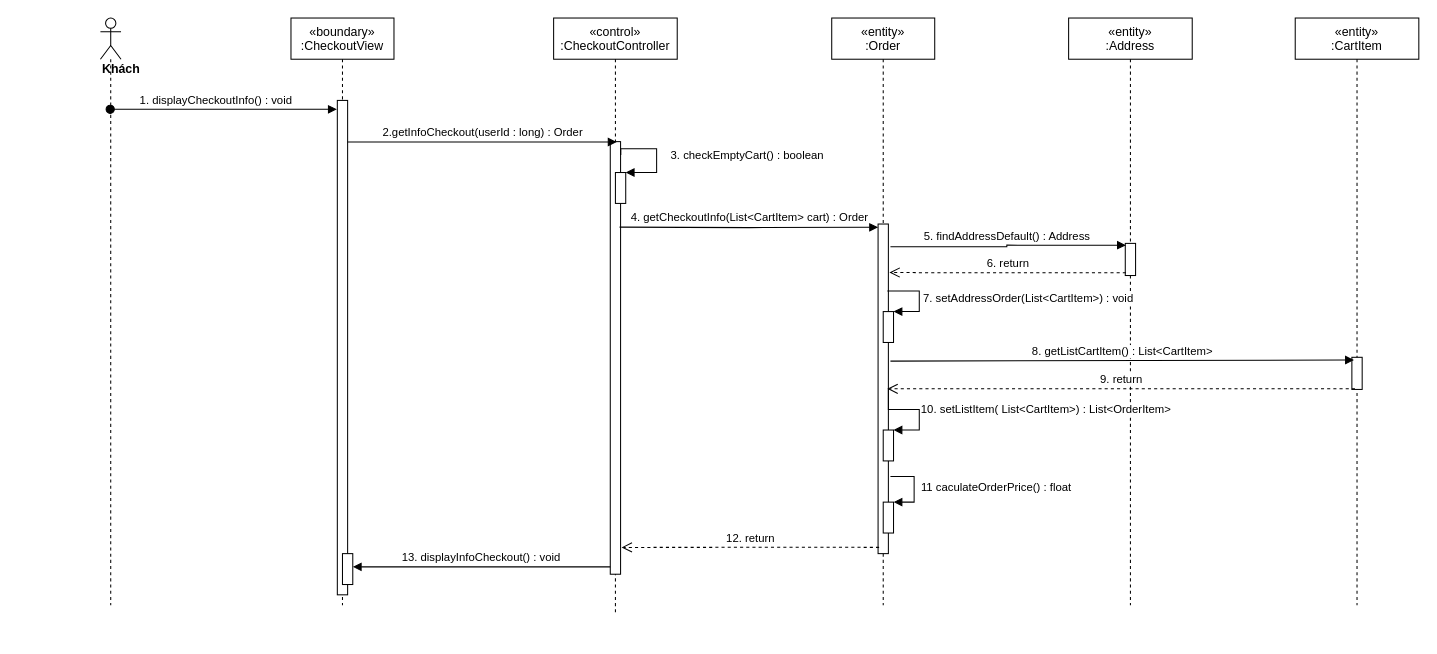
nguyenphamvan/datn_20202 keeps this draw.io diagram as sequence diagram/view-checkout-info-sequence.drawio. Above is the earlier version. Source tidied: cells renumbered, new cells numbered last; positions are measured from the earlier drawing's top-left corner, leaving out a move shared by most shapes. Both pictures are drawn from the tidied source at 103%, with x=0, y=0 at pixel (100, 18).
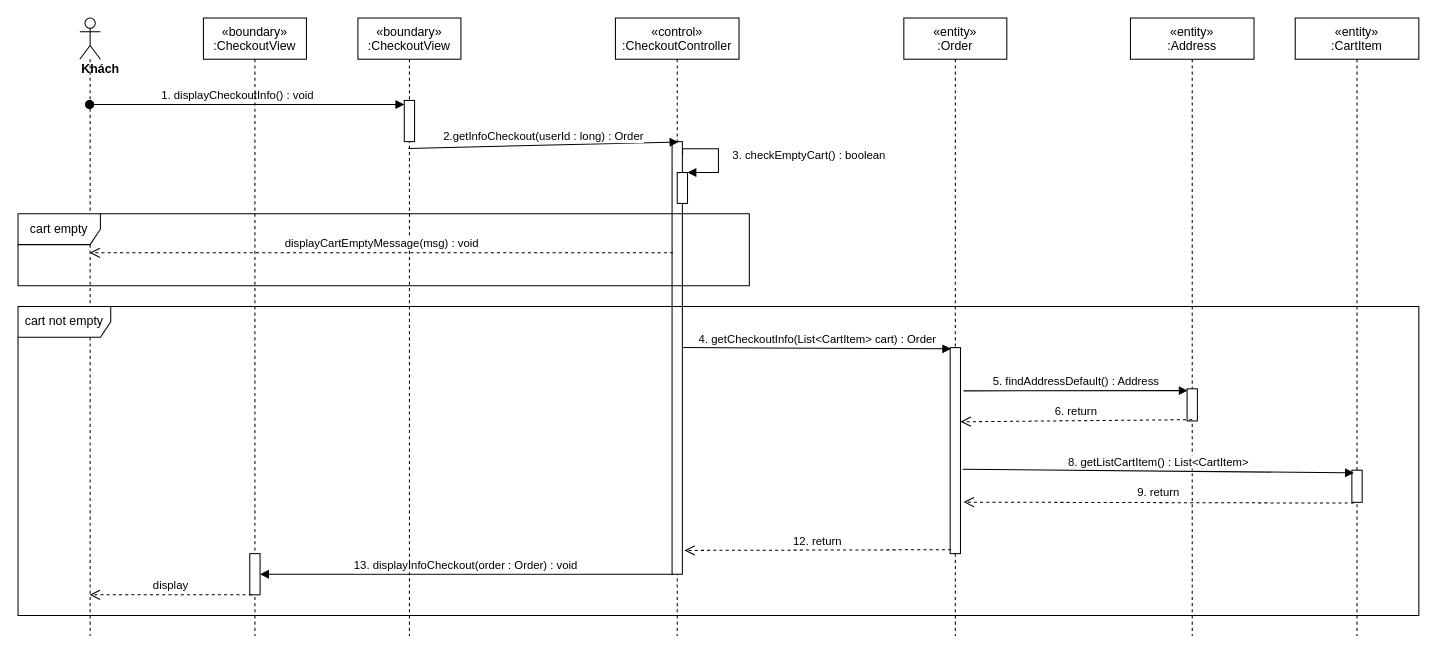
After the change.

Unchanged cells that the change refers to:
```xml
<mxCell id="6" style="points=[];perimeter=orthogonalPerimeter;rounded=0;shadow=0;strokeWidth=1;" parent="5" vertex="1">
  <mxGeometry x="55" y="120" width="10" height="420" as="geometry" />
</mxCell>
```

Diff of the diagram source:
```diff
@@
-    <mxCell id="2" value="«boundary»&#10;:CheckoutView" style="shape=umlLifeline;perimeter=lifelinePerimeter;rounded=0;shadow=0;strokeWidth=1;" parent="1" vertex="1">
-      <mxGeometry x="185" width="100" height="570" as="geometry" />
-    </mxCell>
-    <mxCell id="3" style="points=[];perimeter=orthogonalPerimeter;rounded=0;shadow=0;strokeWidth=1;" parent="2" vertex="1">
-      <mxGeometry x="45" y="80" width="10" height="480" as="geometry" />
-    </mxCell>
-    <mxCell id="4" style="html=1;points=[];perimeter=orthogonalPerimeter;" parent="2" vertex="1">
-      <mxGeometry x="50" y="520" width="10" height="30" as="geometry" />
-    </mxCell>
     <mxCell id="5" value="«control»&#10;:CheckoutController" style="shape=umlLifeline;perimeter=lifelinePerimeter;rounded=0;shadow=0;strokeWidth=1;" parent="1" vertex="1">
-      <mxGeometry x="440" width="120" height="580" as="geometry" />
+      <mxGeometry x="500" width="120" height="600" as="geometry" />
     </mxCell>
@@
     <mxCell id="9" value="&lt;div&gt;&lt;b&gt;Khách&lt;/b&gt;&lt;/div&gt;" style="shape=umlLifeline;participant=umlActor;perimeter=lifelinePerimeter;whiteSpace=wrap;html=1;verticalAlign=top;spacingTop=36;outlineConnect=0;align=left;" parent="1" vertex="1">
-      <mxGeometry width="20" height="570" as="geometry" />
+      <mxGeometry x="-20" width="20" height="600" as="geometry" />
     </mxCell>
-    <mxCell id="10" value="1. displayCheckoutInfo() : void" style="verticalAlign=bottom;startArrow=oval;endArrow=block;startSize=8;shadow=0;strokeWidth=1;entryX=-0.05;entryY=0.018;entryDx=0;entryDy=0;entryPerimeter=0;" parent="1" edge="1" source="9" target="3">
+    <mxCell id="10" value="1. displayCheckoutInfo() : void" style="verticalAlign=bottom;startArrow=oval;endArrow=block;startSize=8;shadow=0;strokeWidth=1;entryX=0;entryY=0.1;entryDx=0;entryDy=0;entryPerimeter=0;" parent="1" edge="1" source="9" target="32">
       <mxGeometry x="-0.06" relative="1" as="geometry" />
     </mxCell>
     <mxCell id="11" value="«entity»&#10;:Order" style="shape=umlLifeline;perimeter=lifelinePerimeter;rounded=0;shadow=0;strokeWidth=1;" parent="1" vertex="1">
-      <mxGeometry x="710" width="100" height="570" as="geometry" />
+      <mxGeometry x="780" width="100" height="600" as="geometry" />
     </mxCell>
     <mxCell id="12" style="points=[];perimeter=orthogonalPerimeter;rounded=0;shadow=0;strokeWidth=1;" parent="11" vertex="1">
-      <mxGeometry x="45" y="200" width="10" height="320" as="geometry" />
+      <mxGeometry x="45" y="320" width="10" height="200" as="geometry" />
     </mxCell>
-    <mxCell id="13" value="2.getInfoCheckout(userId : long) : Order" style="html=1;verticalAlign=bottom;endArrow=block;entryX=0.617;entryY=0.001;entryDx=0;entryDy=0;entryPerimeter=0;" parent="1" edge="1" source="3" target="6">
+    <mxCell id="13" value="2.getInfoCheckout(userId : long) : Order" style="html=1;verticalAlign=bottom;endArrow=block;entryX=0.617;entryY=0.001;entryDx=0;entryDy=0;entryPerimeter=0;exitX=0.49;exitY=0.211;exitDx=0;exitDy=0;exitPerimeter=0;" parent="1" edge="1" source="31" target="6">
       <mxGeometry relative="1" as="geometry" />
     </mxCell>
     <mxCell id="14" value="«entity»&#10;:Address" style="shape=umlLifeline;perimeter=lifelinePerimeter;rounded=0;shadow=0;strokeWidth=1;" parent="1" vertex="1">
-      <mxGeometry x="940" width="120" height="570" as="geometry" />
+      <mxGeometry x="1000" width="120" height="600" as="geometry" />
     </mxCell>
     <mxCell id="15" style="points=[];perimeter=orthogonalPerimeter;rounded=0;shadow=0;strokeWidth=1;" parent="14" vertex="1">
-      <mxGeometry x="55" y="218.8" width="10" height="31.2" as="geometry" />
+      <mxGeometry x="55" y="360" width="10" height="31.2" as="geometry" />
     </mxCell>
-    <mxCell id="16" value="13. displayInfoCheckout() : void" style="verticalAlign=bottom;endArrow=block;shadow=0;strokeWidth=1;exitX=0;exitY=0.983;exitDx=0;exitDy=0;exitPerimeter=0;" parent="1" edge="1" source="6" target="4">
+    <mxCell id="16" value="13. displayInfoCheckout(order : Order) : void" style="verticalAlign=bottom;endArrow=block;shadow=0;strokeWidth=1;exitX=0.1;exitY=1;exitDx=0;exitDy=0;exitPerimeter=0;" parent="1" edge="1" source="6" target="4">
       <mxGeometry relative="1" as="geometry" />
     </mxCell>
-    <mxCell id="17" value="4. getCheckoutInfo(List&amp;lt;CartItem&amp;gt; cart) : Order" style="html=1;verticalAlign=bottom;endArrow=block;rounded=0;edgeStyle=orthogonalEdgeStyle;entryX=0;entryY=0.01;entryDx=0;entryDy=0;entryPerimeter=0;" parent="1" edge="1" target="12">
-      <mxGeometry relative="1" as="geometry">
-        <mxPoint x="504" y="203" as="sourcePoint" />
-      </mxGeometry>
-    </mxCell>
-    <mxCell id="18" value="5. findAddressDefault() : Address" style="html=1;verticalAlign=bottom;endArrow=block;rounded=0;edgeStyle=orthogonalEdgeStyle;entryX=0.06;entryY=0.056;entryDx=0;entryDy=0;entryPerimeter=0;exitX=1.2;exitY=0.069;exitDx=0;exitDy=0;exitPerimeter=0;" parent="1" edge="1" source="12" target="15">
-      <mxGeometry relative="1" as="geometry" />
+    <mxCell id="18" value="5. findAddressDefault() : Address" style="html=1;verticalAlign=bottom;endArrow=block;rounded=0;entryX=0.06;entryY=0.056;entryDx=0;entryDy=0;entryPerimeter=0;" parent="1" edge="1" target="15">
+      <mxGeometry relative="1" as="geometry">
+        <mxPoint x="838" y="362" as="sourcePoint" />
+      </mxGeometry>
     </mxCell>
-    <mxCell id="19" value="6. return" style="html=1;verticalAlign=bottom;endArrow=open;dashed=1;endSize=8;rounded=0;edgeStyle=orthogonalEdgeStyle;exitX=0.06;exitY=0.914;exitDx=0;exitDy=0;exitPerimeter=0;" parent="1" edge="1" source="15">
-      <mxGeometry relative="1" as="geometry">
-        <mxPoint x="766" y="247" as="targetPoint" />
-        <Array as="points">
-          <mxPoint x="808" y="247" />
-        </Array>
-      </mxGeometry>
-    </mxCell>
-    <mxCell id="20" value="12. return" style="html=1;verticalAlign=bottom;endArrow=open;dashed=1;endSize=8;rounded=0;edgeStyle=orthogonalEdgeStyle;exitX=0.1;exitY=0.981;exitDx=0;exitDy=0;exitPerimeter=0;entryX=1.1;entryY=0.938;entryDx=0;entryDy=0;entryPerimeter=0;" parent="1" edge="1" source="12" target="6">
+    <mxCell id="20" value="12. return" style="html=1;verticalAlign=bottom;endArrow=open;dashed=1;endSize=8;rounded=0;exitX=0.1;exitY=0.981;exitDx=0;exitDy=0;exitPerimeter=0;entryX=1.2;entryY=0.945;entryDx=0;entryDy=0;entryPerimeter=0;" parent="1" edge="1" source="12" target="6">
       <mxGeometry relative="1" as="geometry" />
     </mxCell>
-    <mxCell id="21" style="html=1;points=[];perimeter=orthogonalPerimeter;" parent="1" vertex="1">
-      <mxGeometry x="760" y="285" width="10" height="30" as="geometry" />
-    </mxCell>
-    <mxCell id="22" value="7. setAddressOrder(List&amp;lt;CartItem&amp;gt;) : void" style="edgeStyle=orthogonalEdgeStyle;html=1;align=left;spacingLeft=2;endArrow=block;rounded=0;entryX=1;entryY=0;" parent="1" edge="1" target="21">
-      <mxGeometry relative="1" as="geometry">
-        <mxPoint x="764" y="265" as="sourcePoint" />
-        <Array as="points">
-          <mxPoint x="795" y="265" />
-          <mxPoint x="795" y="285" />
-        </Array>
-      </mxGeometry>
-    </mxCell>
-    <mxCell id="23" style="html=1;points=[];perimeter=orthogonalPerimeter;" parent="1" vertex="1">
-      <mxGeometry x="760" y="400" width="10" height="30" as="geometry" />
-    </mxCell>
-    <mxCell id="24" value="10. setListItem( List&amp;lt;CartItem&amp;gt;) : List&amp;lt;OrderItem&amp;gt;" style="edgeStyle=orthogonalEdgeStyle;html=1;align=left;spacingLeft=2;endArrow=block;rounded=0;entryX=1;entryY=0;" parent="1" edge="1" target="23">
-      <mxGeometry relative="1" as="geometry">
-        <mxPoint x="765" y="360" as="sourcePoint" />
-        <Array as="points">
-          <mxPoint x="765" y="380" />
-          <mxPoint x="795" y="380" />
-          <mxPoint x="795" y="400" />
-        </Array>
-      </mxGeometry>
-    </mxCell>
-    <mxCell id="25" style="html=1;points=[];perimeter=orthogonalPerimeter;" parent="1" vertex="1">
-      <mxGeometry x="760" y="470" width="10" height="30" as="geometry" />
-    </mxCell>
-    <mxCell id="26" value="&amp;nbsp;11 caculateOrderPrice() : float" style="edgeStyle=orthogonalEdgeStyle;html=1;align=left;spacingLeft=2;endArrow=block;rounded=0;entryX=1;entryY=0;exitX=1.2;exitY=0.766;exitDx=0;exitDy=0;exitPerimeter=0;" parent="1" edge="1" source="12" target="25">
-      <mxGeometry relative="1" as="geometry">
-        <Array as="points">
-          <mxPoint x="790" y="445" />
-          <mxPoint x="790" y="470" />
-        </Array>
-      </mxGeometry>
-    </mxCell>
     <mxCell id="27" value="«entity»&#10;:CartItem" style="shape=umlLifeline;perimeter=lifelinePerimeter;rounded=0;shadow=0;strokeWidth=1;" parent="1" vertex="1">
-      <mxGeometry x="1160" width="120" height="570" as="geometry" />
+      <mxGeometry x="1160" width="120" height="600" as="geometry" />
     </mxCell>
     <mxCell id="28" style="points=[];perimeter=orthogonalPerimeter;rounded=0;shadow=0;strokeWidth=1;" parent="27" vertex="1">
-      <mxGeometry x="55" y="329.4" width="10" height="31.2" as="geometry" />
+      <mxGeometry x="55" y="439" width="10" height="31.2" as="geometry" />
     </mxCell>
-    <mxCell id="29" value="8. getListCartItem() : List&amp;lt;CartItem&amp;gt;" style="html=1;verticalAlign=bottom;endArrow=block;entryX=0.2;entryY=0.084;entryDx=0;entryDy=0;entryPerimeter=0;exitX=1.2;exitY=0.416;exitDx=0;exitDy=0;exitPerimeter=0;" parent="1" edge="1" source="12" target="28">
+    <mxCell id="29" value="8. getListCartItem() : List&amp;lt;CartItem&amp;gt;" style="html=1;verticalAlign=bottom;endArrow=block;entryX=0.2;entryY=0.084;entryDx=0;entryDy=0;entryPerimeter=0;exitX=1.2;exitY=0.59;exitDx=0;exitDy=0;exitPerimeter=0;" parent="1" edge="1" source="12" target="28">
       <mxGeometry relative="1" as="geometry" />
     </mxCell>
-    <mxCell id="30" value="9. return" style="html=1;verticalAlign=bottom;endArrow=open;dashed=1;endSize=8;entryX=0.9;entryY=0.5;entryDx=0;entryDy=0;entryPerimeter=0;" parent="1" edge="1" target="12">
-      <mxGeometry relative="1" as="geometry">
-        <mxPoint x="1218" y="360" as="sourcePoint" />
-      </mxGeometry>
+    <mxCell id="30" value="9. return" style="html=1;verticalAlign=bottom;endArrow=open;dashed=1;endSize=8;entryX=1.3;entryY=0.75;entryDx=0;entryDy=0;entryPerimeter=0;exitX=0.2;exitY=1.024;exitDx=0;exitDy=0;exitPerimeter=0;" parent="1" edge="1" source="28" target="12">
+      <mxGeometry relative="1" as="geometry" />
     </mxCell>
+    <mxCell id="31" value="«boundary»&#10;:CheckoutView" style="shape=umlLifeline;perimeter=lifelinePerimeter;rounded=0;shadow=0;strokeWidth=1;" parent="1" vertex="1">
+      <mxGeometry x="250" width="100" height="600" as="geometry" />
+    </mxCell>
+    <mxCell id="32" style="points=[];perimeter=orthogonalPerimeter;rounded=0;shadow=0;strokeWidth=1;" parent="31" vertex="1">
+      <mxGeometry x="45" y="80" width="10" height="40" as="geometry" />
+    </mxCell>
+    <mxCell id="17" value="4. getCheckoutInfo(List&amp;lt;CartItem&amp;gt; cart) : Order" style="html=1;verticalAlign=bottom;endArrow=block;entryX=0.1;entryY=0.006;entryDx=0;entryDy=0;entryPerimeter=0;exitX=1.1;exitY=0.476;exitDx=0;exitDy=0;exitPerimeter=0;" parent="1" edge="1" source="6" target="12">
+      <mxGeometry relative="1" as="geometry" />
+    </mxCell>
+    <mxCell id="2" value="«boundary»&#10;:CheckoutView" style="shape=umlLifeline;perimeter=lifelinePerimeter;rounded=0;shadow=0;strokeWidth=1;" parent="1" vertex="1">
+      <mxGeometry x="100" width="100" height="600" as="geometry" />
+    </mxCell>
+    <mxCell id="4" style="html=1;points=[];perimeter=orthogonalPerimeter;" parent="2" vertex="1">
+      <mxGeometry x="45" y="520" width="10" height="40" as="geometry" />
+    </mxCell>
+    <mxCell id="33" value="displayCartEmptyMessage(msg) : void" style="html=1;verticalAlign=bottom;endArrow=open;dashed=1;endSize=8;exitX=0.1;exitY=0.257;exitDx=0;exitDy=0;exitPerimeter=0;" parent="1" edge="1" source="6" target="9">
+      <mxGeometry relative="1" as="geometry" />
+    </mxCell>
+    <mxCell id="34" value="cart empty" style="shape=umlFrame;whiteSpace=wrap;html=1;width=80;height=30;" parent="1" vertex="1">
+      <mxGeometry x="-80" y="190" width="710" height="70" as="geometry" />
+    </mxCell>
+    <mxCell id="19" value="6. return" style="html=1;verticalAlign=bottom;endArrow=open;dashed=1;endSize=8;exitX=0.5;exitY=0.96;exitDx=0;exitDy=0;exitPerimeter=0;entryX=1;entryY=0.36;entryDx=0;entryDy=0;entryPerimeter=0;" parent="1" edge="1" source="15" target="12">
+      <mxGeometry relative="1" as="geometry" />
+    </mxCell>
+    <mxCell id="35" value="display" style="html=1;verticalAlign=bottom;endArrow=open;dashed=1;endSize=8;exitX=0.2;exitY=1;exitDx=0;exitDy=0;exitPerimeter=0;" parent="1" edge="1" source="4" target="9">
+      <mxGeometry relative="1" as="geometry" />
+    </mxCell>
+    <mxCell id="36" value="cart not empty" style="shape=umlFrame;whiteSpace=wrap;html=1;width=90;height=30;" parent="1" vertex="1">
+      <mxGeometry x="-80" y="280" width="1360" height="300" as="geometry" />
+    </mxCell>
```
